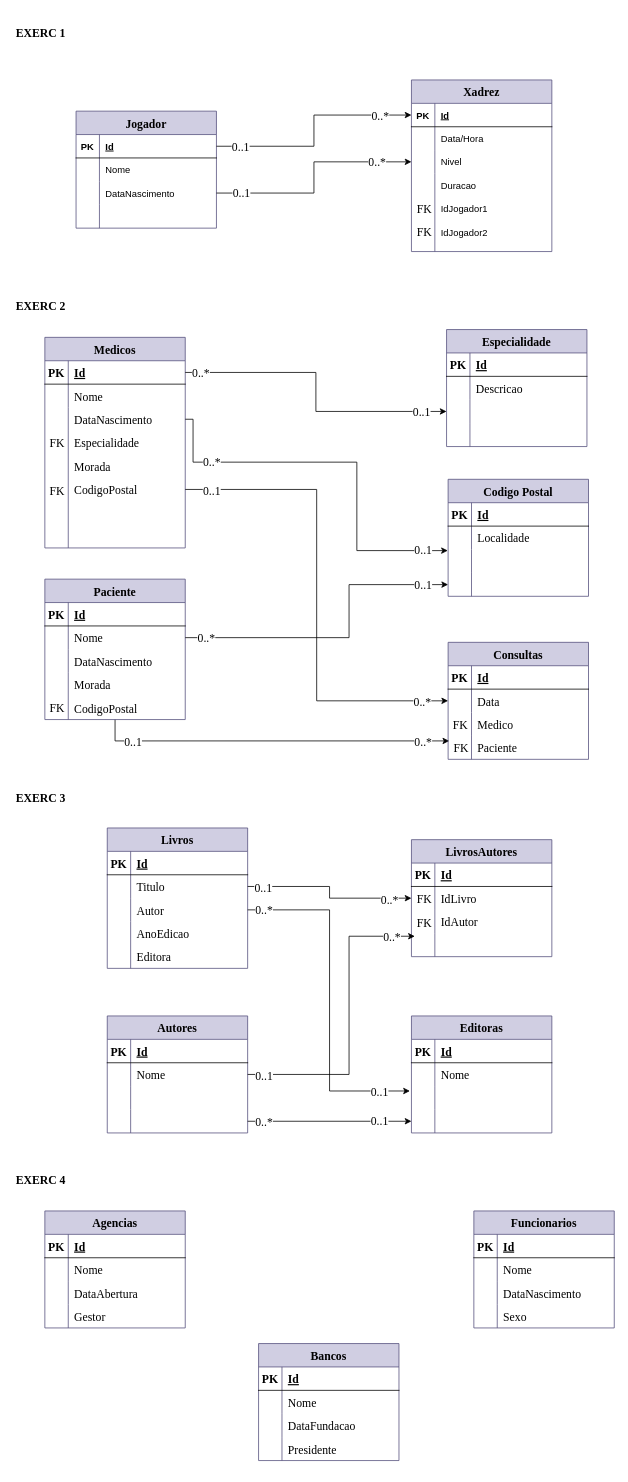
The draw.io diagram Ficha3.drawio in anafazevedoo/aulas.sim, before the edit. Source tidied: cells renumbered, new cells numbered last; positions are measured from the earlier drawing's top-left corner, leaving out a move shared by most shapes. Both pictures are drawn from the tidied source at 78%, with x=0, y=0 at pixel (13, 17).
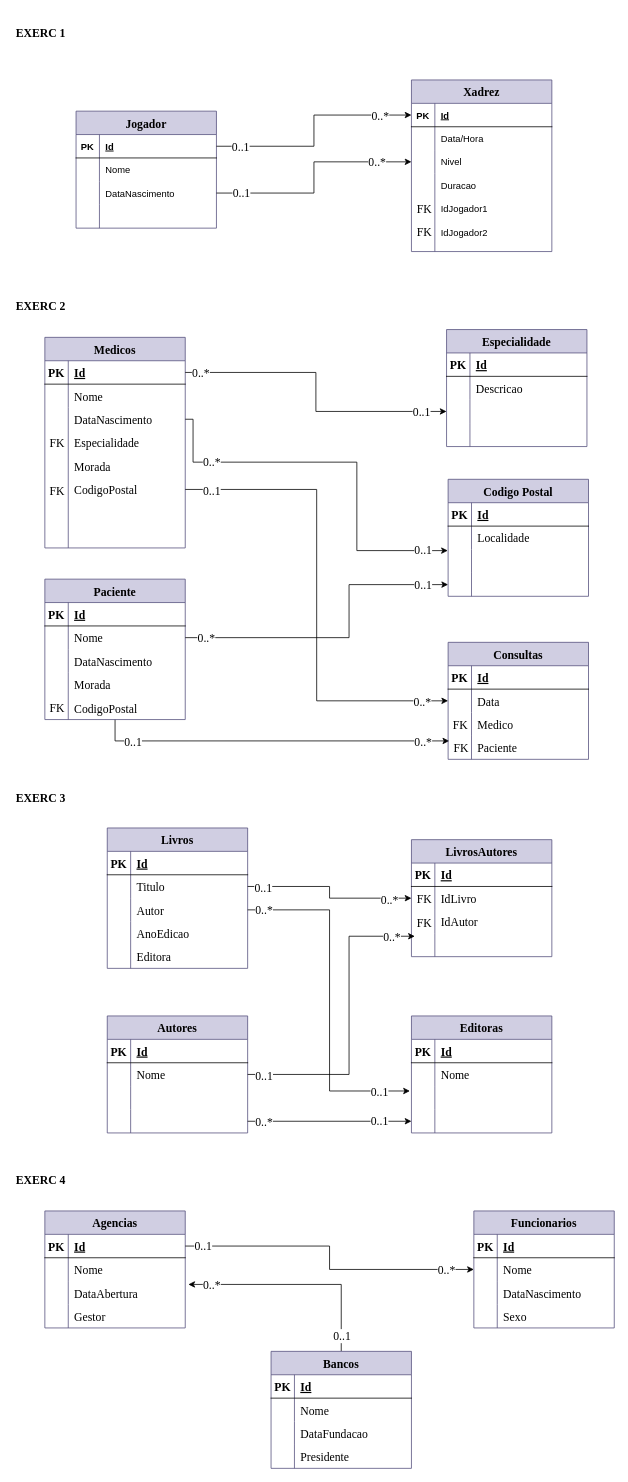
The same diagram, later.

The change refers to these unchanged cells:
```xml
<mxCell id="213" style="shape=tableRow;horizontal=0;startSize=0;swimlaneHead=0;swimlaneBody=0;fillColor=none;points=[[0,0.5],[1,0.5]];portConstraint=eastwest;top=0;left=0;right=0;bottom=1;fontFamily=Times New Roman;fontSize=15;" parent="212" vertex="1">
  <mxGeometry y="30" width="180" height="30" as="geometry" />
</mxCell>
<mxCell id="219" style="shape=tableRow;horizontal=0;startSize=0;swimlaneHead=0;swimlaneBody=0;fillColor=none;points=[[0,0.5],[1,0.5]];portConstraint=eastwest;top=0;left=0;right=0;bottom=0;fontFamily=Times New Roman;fontSize=15;" parent="212" vertex="1">
  <mxGeometry y="90" width="180" height="30" as="geometry" />
</mxCell>
<mxCell id="229" style="shape=tableRow;horizontal=0;startSize=0;swimlaneHead=0;swimlaneBody=0;fillColor=none;points=[[0,0.5],[1,0.5]];portConstraint=eastwest;top=0;left=0;right=0;bottom=0;fontFamily=Times New Roman;fontSize=15;" parent="225" vertex="1">
  <mxGeometry y="60" width="180" height="30" as="geometry" />
</mxCell>
```

The edit, as a diff of the source:
```diff
@@
+    <mxCell id="240" style="edgeStyle=orthogonalEdgeStyle;rounded=0;jettySize=auto;html=1;entryX=1.022;entryY=0.14;entryDx=0;entryDy=0;entryPerimeter=0;fontFamily=Times New Roman;fontSize=15;" parent="1" edge="1" source="199" target="219">
+      <mxGeometry relative="1" as="geometry" />
+    </mxCell>
+    <mxCell id="241" value="0..1" style="edgeLabel;html=1;align=center;verticalAlign=middle;fontSize=15;fontFamily=Times New Roman;" parent="240" vertex="1">
+      <mxGeometry x="-0.85" y="-1" relative="1" as="geometry">
+        <mxPoint x="-1" as="offset" />
+      </mxGeometry>
+    </mxCell>
+    <mxCell id="242" value="0..*" style="edgeLabel;html=1;align=center;verticalAlign=middle;fontSize=15;fontFamily=Times New Roman;" parent="240" vertex="1">
+      <mxGeometry x="0.81" y="2" relative="1" as="geometry">
+        <mxPoint x="3" y="-2" as="offset" />
+      </mxGeometry>
+    </mxCell>
     <mxCell id="199" value="Bancos" style="shape=table;startSize=30;childLayout=tableLayout;rowLines=0;fontStyle=1;align=center;fontFamily=Times New Roman;fontSize=15;fillColor=#d0cee2;strokeColor=#56517e;" parent="1" vertex="1">
-      <mxGeometry x="314" y="1700" width="180" height="150" as="geometry" />
+      <mxGeometry x="330" y="1710" width="180" height="150" as="geometry" />
     </mxCell>
@@
+    <mxCell id="243" style="edgeStyle=orthogonalEdgeStyle;rounded=0;jettySize=auto;html=1;fontFamily=Times New Roman;fontSize=15;" parent="1" edge="1" source="213" target="229">
+      <mxGeometry relative="1" as="geometry" />
+    </mxCell>
+    <mxCell id="244" value="0..1" style="edgeLabel;html=1;align=center;verticalAlign=middle;fontSize=15;fontFamily=Times New Roman;" parent="243" vertex="1">
+      <mxGeometry x="-0.89" relative="1" as="geometry">
+        <mxPoint y="-1" as="offset" />
+      </mxGeometry>
+    </mxCell>
+    <mxCell id="245" value="0..*" style="edgeLabel;html=1;align=center;verticalAlign=middle;fontSize=15;fontFamily=Times New Roman;" parent="243" vertex="1">
+      <mxGeometry x="0.77" y="1" relative="1" as="geometry">
+        <mxPoint x="10" as="offset" />
+      </mxGeometry>
+    </mxCell>
```
